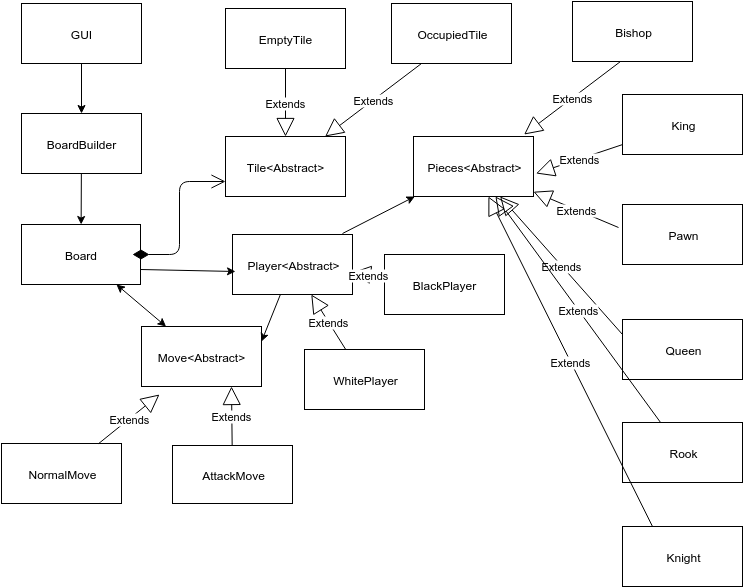
tiikkala/shakki keeps this draw.io diagram as dokumentointi/shakki-UML.png. Above is the earlier version. Source tidied: cells renumbered, new cells last; positions are measured from the earlier drawing's top-left corner, leaving out a move shared by most shapes. The source it was exported from:
```xml
<mxGraphModel background="#ffffff">
  <root>
    <mxCell id="0" />
    <mxCell id="1" parent="0" />
    <mxCell id="2" value="GUI" style="whiteSpace=wrap;html=1;" parent="1" vertex="1">
      <mxGeometry x="20" y="2" width="120" height="60" as="geometry" />
    </mxCell>
    <mxCell id="3" value="BoardBuilder" style="whiteSpace=wrap;html=1;fillColor=#ffffff;strokeColor=#000000;" parent="1" vertex="1">
      <mxGeometry x="20" y="112" width="120" height="60" as="geometry" />
    </mxCell>
    <mxCell id="4" value="Board" style="whiteSpace=wrap;html=1;" parent="1" vertex="1">
      <mxGeometry x="20" y="223" width="119" height="60" as="geometry" />
    </mxCell>
    <mxCell id="5" value="Move&amp;lt;Abstract&amp;gt;" style="whiteSpace=wrap;html=1;" parent="1" vertex="1">
      <mxGeometry x="140" y="325" width="120" height="60" as="geometry" />
    </mxCell>
    <mxCell id="6" value="NormalMove" style="whiteSpace=wrap;html=1;" parent="1" vertex="1">
      <mxGeometry y="442" width="120" height="60" as="geometry" />
    </mxCell>
    <mxCell id="7" value="Tile&amp;lt;Abstract&amp;gt;" style="whiteSpace=wrap;html=1;strokeColor=#000000;fillColor=#ffffff;" parent="1" vertex="1">
      <mxGeometry x="224" y="135" width="120" height="60" as="geometry" />
    </mxCell>
    <mxCell id="8" value="AttackMove" style="whiteSpace=wrap;html=1;strokeColor=#000000;fillColor=#ffffff;" parent="1" vertex="1">
      <mxGeometry x="171" y="444" width="120" height="58" as="geometry" />
    </mxCell>
    <mxCell id="9" value="EmptyTile" style="whiteSpace=wrap;html=1;strokeColor=#000000;fillColor=#ffffff;" parent="1" vertex="1">
      <mxGeometry x="224" y="7" width="120" height="60" as="geometry" />
    </mxCell>
    <mxCell id="10" value="OccupiedTile" style="whiteSpace=wrap;html=1;strokeColor=#000000;fillColor=#ffffff;" parent="1" vertex="1">
      <mxGeometry x="390" y="2" width="120" height="60" as="geometry" />
    </mxCell>
    <mxCell id="11" value="&lt;div&gt;&lt;br&gt;&lt;/div&gt;&lt;div&gt;&lt;br&gt;&lt;/div&gt;" style="endArrow=open;html=1;endSize=12;startArrow=diamondThin;startSize=14;startFill=1;edgeStyle=orthogonalEdgeStyle;align=left;verticalAlign=bottom;entryX=0;entryY=0.75;" parent="1" edge="1" target="7">
      <mxGeometry x="-0.43" y="-108" relative="1" as="geometry">
        <mxPoint x="131" y="253" as="sourcePoint" />
        <Array as="points">
          <mxPoint x="178" y="253" />
          <mxPoint x="178" y="180" />
        </Array>
        <mxPoint x="-2" y="23" as="offset" />
      </mxGeometry>
    </mxCell>
    <mxCell id="12" value="Extends" style="endArrow=block;endSize=16;endFill=0;html=1;" parent="1" edge="1" source="6">
      <mxGeometry relative="1" as="geometry">
        <mxPoint x="158" y="393" as="targetPoint" />
      </mxGeometry>
    </mxCell>
    <mxCell id="13" value="Extends" style="endArrow=block;endSize=16;endFill=0;html=1;entryX=0.75;entryY=1;" parent="1" edge="1" source="8" target="5">
      <mxGeometry x="250.2" y="433" as="geometry" />
    </mxCell>
    <mxCell id="14" value="Extends" style="endArrow=block;endSize=16;endFill=0;html=1;" parent="1" edge="1" source="9" target="7">
      <mxGeometry x="303.2" y="101" as="geometry" />
    </mxCell>
    <mxCell id="15" value="Extends" style="endArrow=block;endSize=16;endFill=0;html=1;exitX=0.25;exitY=1;" parent="1" edge="1" source="10" target="7">
      <mxGeometry x="460.2" y="131" as="geometry" />
    </mxCell>
    <mxCell id="16" style="endArrow=classic;html=1;exitX=0.5;exitY=1;" parent="1" edge="1" source="2" target="3">
      <mxGeometry relative="1" as="geometry" />
    </mxCell>
    <mxCell id="17" style="endArrow=classic;html=1;" parent="1" edge="1" source="3" target="4">
      <mxGeometry relative="1" as="geometry" />
    </mxCell>
    <mxCell id="18" style="endArrow=classic;startArrow=classic;html=1;" parent="1" edge="1" source="5" target="4">
      <mxGeometry relative="1" as="geometry" />
    </mxCell>
    <mxCell id="19" value="Pieces&amp;lt;Abstract&amp;gt;" style="whiteSpace=wrap;html=1;strokeColor=#000000;fillColor=#ffffff;" parent="1" vertex="1">
      <mxGeometry x="412" y="135" width="120" height="60" as="geometry" />
    </mxCell>
    <mxCell id="20" value="Bishop" style="whiteSpace=wrap;html=1;strokeColor=#000000;fillColor=#ffffff;" parent="1" vertex="1">
      <mxGeometry x="571" width="120" height="60" as="geometry" />
    </mxCell>
    <mxCell id="21" value="Extends" style="endArrow=block;endSize=16;endFill=0;html=1;exitX=0.25;exitY=1;" parent="1" edge="1">
      <mxGeometry x="659.2" y="129" as="geometry">
        <mxPoint x="619" y="60" as="sourcePoint" />
        <mxPoint x="522.6" y="133" as="targetPoint" />
      </mxGeometry>
    </mxCell>
    <mxCell id="22" value="King" style="whiteSpace=wrap;html=1;strokeColor=#000000;fillColor=#ffffff;" parent="1" vertex="1">
      <mxGeometry x="621" y="93" width="120" height="60" as="geometry" />
    </mxCell>
    <mxCell id="23" value="Pawn" style="whiteSpace=wrap;html=1;strokeColor=#000000;fillColor=#ffffff;" parent="1" vertex="1">
      <mxGeometry x="621" y="203" width="120" height="60" as="geometry" />
    </mxCell>
    <mxCell id="24" value="Queen" style="whiteSpace=wrap;html=1;strokeColor=#000000;fillColor=#ffffff;" parent="1" vertex="1">
      <mxGeometry x="621" y="318" width="120" height="60" as="geometry" />
    </mxCell>
    <mxCell id="25" value="Rook" style="whiteSpace=wrap;html=1;strokeColor=#000000;fillColor=#ffffff;" parent="1" vertex="1">
      <mxGeometry x="621" y="421" width="120" height="60" as="geometry" />
    </mxCell>
    <mxCell id="26" value="Knight" style="whiteSpace=wrap;html=1;strokeColor=#000000;fillColor=#ffffff;" parent="1" vertex="1">
      <mxGeometry x="621" y="525" width="120" height="60" as="geometry" />
    </mxCell>
    <mxCell id="27" value="Extends" style="endArrow=block;endSize=16;endFill=0;html=1;" parent="1" edge="1" source="22">
      <mxGeometry x="671.2" y="168" as="geometry">
        <mxPoint x="534.6" y="172" as="targetPoint" />
      </mxGeometry>
    </mxCell>
    <mxCell id="28" value="Extends" style="endArrow=block;endSize=16;endFill=0;html=1;exitX=-0.033;exitY=0.383;exitPerimeter=0;" parent="1" edge="1" source="23" target="19">
      <mxGeometry x="679.2" y="149" as="geometry" />
    </mxCell>
    <mxCell id="29" value="Extends" style="endArrow=block;endSize=16;endFill=0;html=1;exitX=0;exitY=0.25;" parent="1" edge="1" source="24" target="19">
      <mxGeometry x="689.2" y="159" as="geometry" />
    </mxCell>
    <mxCell id="30" value="Extends" style="endArrow=block;endSize=16;endFill=0;html=1;" parent="1" edge="1" source="25" target="19">
      <mxGeometry x="699.2" y="169" as="geometry" />
    </mxCell>
    <mxCell id="31" value="Extends" style="endArrow=block;endSize=16;endFill=0;html=1;exitX=0.25;exitY=0;" parent="1" edge="1" source="26" target="19">
      <mxGeometry x="709.2" y="179" as="geometry" />
    </mxCell>
    <mxCell id="32" value="Player&amp;lt;Abstract&amp;gt;" style="whiteSpace=wrap;html=1;strokeColor=#000000;fillColor=#ffffff;" parent="1" vertex="1">
      <mxGeometry x="231" y="233" width="120" height="60" as="geometry" />
    </mxCell>
    <mxCell id="33" style="endArrow=classic;html=1;entryX=0.025;entryY=0.617;exitX=1;exitY=0.75;entryPerimeter=0;" parent="1" edge="1" source="4" target="32">
      <mxGeometry relative="1" as="geometry" />
    </mxCell>
    <mxCell id="34" style="endArrow=classic;html=1;entryX=1;entryY=0.25;" parent="1" edge="1" source="32" target="5">
      <mxGeometry relative="1" as="geometry" />
    </mxCell>
    <mxCell id="35" value="WhitePlayer" style="whiteSpace=wrap;html=1;strokeColor=#000000;fillColor=#ffffff;" parent="1" vertex="1">
      <mxGeometry x="303" y="348" width="120" height="60" as="geometry" />
    </mxCell>
    <mxCell id="36" value="BlackPlayer" style="whiteSpace=wrap;html=1;strokeColor=#000000;fillColor=#ffffff;" parent="1" vertex="1">
      <mxGeometry x="383" y="253" width="120" height="60" as="geometry" />
    </mxCell>
    <mxCell id="37" style="endArrow=classic;html=1;exitX=0.917;exitY=-0.017;exitPerimeter=0;" parent="1" edge="1" source="32" target="19">
      <mxGeometry relative="1" as="geometry" />
    </mxCell>
    <mxCell id="38" value="Extends" style="endArrow=block;endSize=16;endFill=0;html=1;" parent="1" edge="1" source="35" target="32">
      <mxGeometry x="260.2" y="443" as="geometry" />
    </mxCell>
    <mxCell id="39" value="Extends" style="endArrow=block;endSize=16;endFill=0;html=1;" parent="1" edge="1" source="36" target="32">
      <mxGeometry x="270.2" y="453" as="geometry" />
    </mxCell>
  </root>
</mxGraphModel>
```
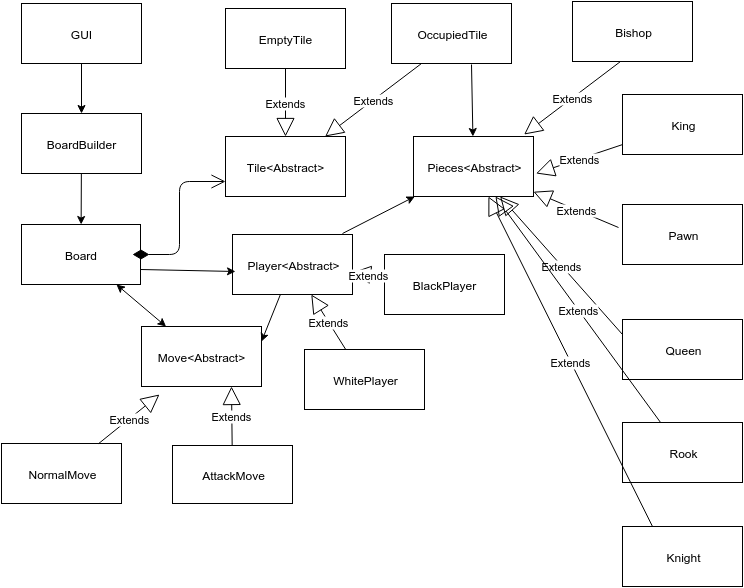
After the change.

Diff of the diagram source:
```diff
@@ -130,5 +130,10 @@
     <mxCell id="39" value="Extends" style="endArrow=block;endSize=16;endFill=0;html=1;" parent="1" edge="1" source="36" target="32">
       <mxGeometry x="270.2" y="453" as="geometry" />
     </mxCell>
+    <mxCell id="40" style="endArrow=classic;html=1;" parent="1" edge="1" target="19">
+      <mxGeometry relative="1" as="geometry">
+        <mxPoint x="470" y="63" as="sourcePoint" />
+      </mxGeometry>
+    </mxCell>
   </root>
 </mxGraphModel>
```
